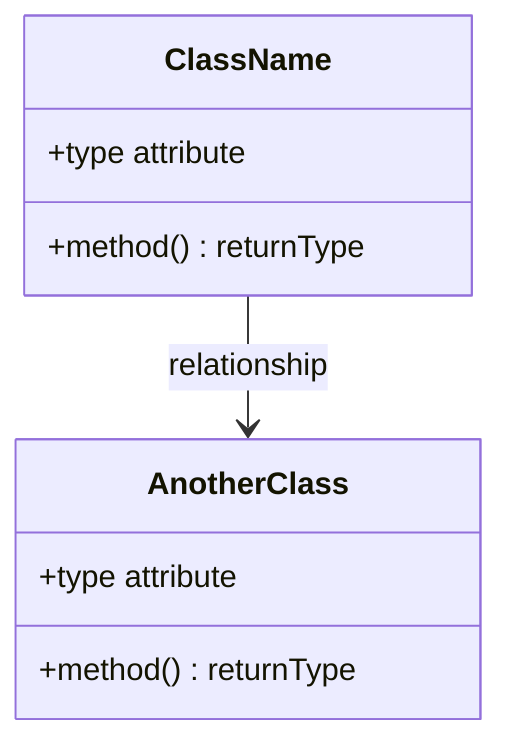
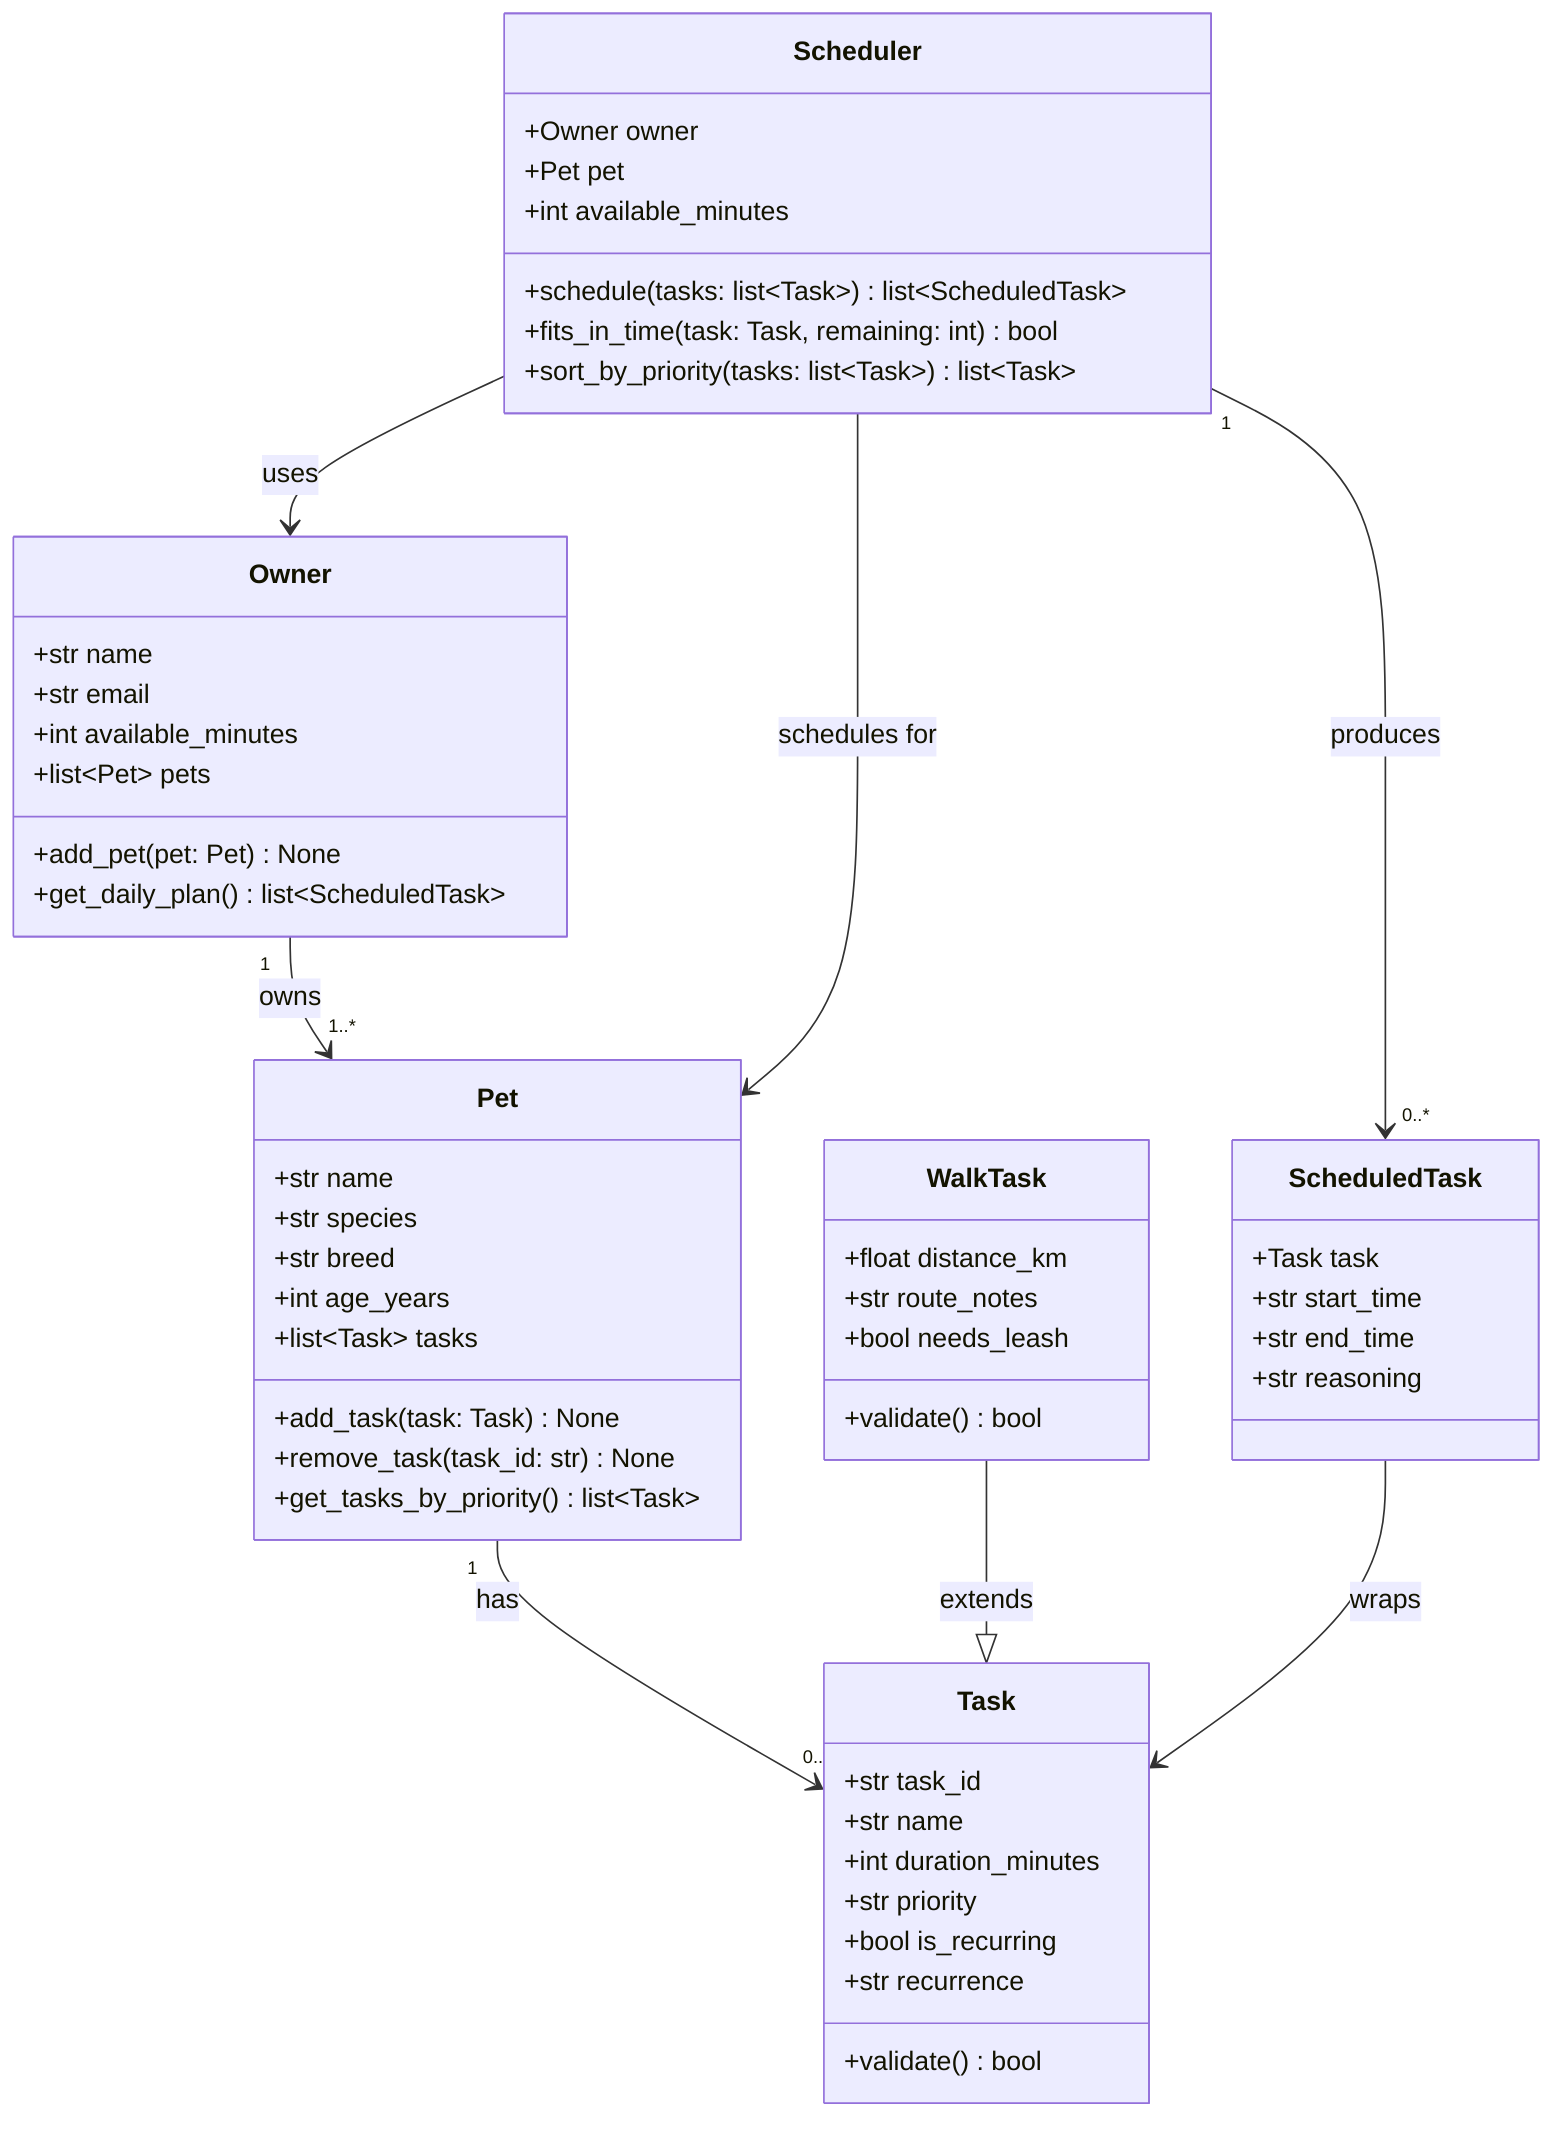
classDiagram
-     %% Replace the placeholders below with your actual classes, attributes, methods, and relationships.
-     %% Keep this file updated so it matches your final implementation.
+     %% Core classes for PawPal+ covering: adding a pet, managing tasks, and scheduling a walk

-     class ClassName {
-         +type attribute
-         +method() returnType
+     class Owner {
+         +str name
+         +str email
+         +int available_minutes
+         +list~Pet~ pets
+         +add_pet(pet: Pet) None
+         +get_daily_plan() list~ScheduledTask~
    }

-     class AnotherClass {
-         +type attribute
-         +method() returnType
+     class Pet {
+         +str name
+         +str species
+         +str breed
+         +int age_years
+         +list~Task~ tasks
+         +add_task(task: Task) None
+         +remove_task(task_id: str) None
+         +get_tasks_by_priority() list~Task~
    }

-     ClassName --> AnotherClass : relationship
+     class Task {
+         +str task_id
+         +str name
+         +int duration_minutes
+         +str priority
+         +bool is_recurring
+         +str recurrence
+         +validate() bool
+     }
+ 
+     class WalkTask {
+         +float distance_km
+         +str route_notes
+         +bool needs_leash
+         +validate() bool
+     }
+ 
+     class Scheduler {
+         +Owner owner
+         +Pet pet
+         +int available_minutes
+         +schedule(tasks: list~Task~) list~ScheduledTask~
+         +fits_in_time(task: Task, remaining: int) bool
+         +sort_by_priority(tasks: list~Task~) list~Task~
+     }
+ 
+     class ScheduledTask {
+         +Task task
+         +str start_time
+         +str end_time
+         +str reasoning
+     }
+ 
+     Owner "1" --> "1..*" Pet : owns
+     Pet "1" --> "0..*" Task : has
+     WalkTask --|> Task : extends
+     Scheduler --> Owner : uses
+     Scheduler --> Pet : schedules for
+     Scheduler "1" --> "0..*" ScheduledTask : produces
+     ScheduledTask --> Task : wraps
